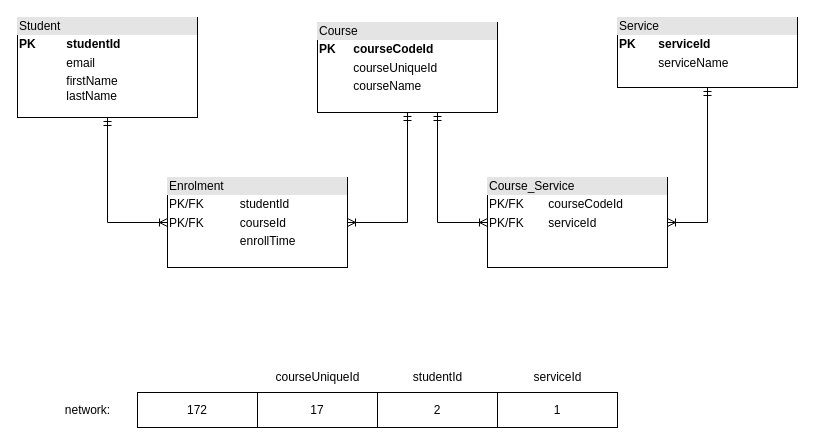
This is page "Sqlite-Schema" (6 of 6) of Project_Plan.drawio from pleycothh/Csharp_Learning_Note, a draw.io file, before an edit. Source tidied: cells renumbered, new cells numbered last; positions are measured from the earlier drawing's top-left corner, leaving out a move shared by most shapes. Both pictures are drawn from the tidied source at 100%, with x=0, y=0 at pixel (17, 17).
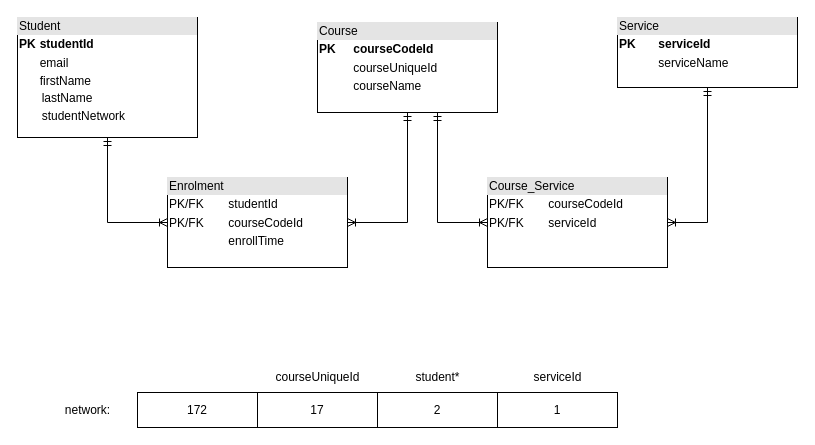
The same diagram, later.

Change to the diagram source:
```diff
@@
-    <mxCell id="3" value="&lt;div style=&quot;box-sizing: border-box ; width: 100% ; background: rgb(228 , 228 , 228) ; padding: 2px&quot;&gt;Student&lt;/div&gt;&lt;table style=&quot;width: 100% ; font-size: 1em&quot; cellpadding=&quot;2&quot; cellspacing=&quot;0&quot;&gt;&lt;tbody&gt;&lt;tr&gt;&lt;td&gt;&lt;b&gt;PK&lt;/b&gt;&lt;/td&gt;&lt;td&gt;&lt;b&gt;studentId&lt;/b&gt;&lt;/td&gt;&lt;/tr&gt;&lt;tr&gt;&lt;td&gt;&lt;br&gt;&lt;/td&gt;&lt;td&gt;email&lt;/td&gt;&lt;/tr&gt;&lt;tr&gt;&lt;td&gt;&lt;/td&gt;&lt;td&gt;firstName&lt;br&gt;lastName&lt;br&gt;&lt;/td&gt;&lt;/tr&gt;&lt;/tbody&gt;&lt;/table&gt;" style="verticalAlign=top;align=left;overflow=fill;html=1;" parent="1" vertex="1">
-      <mxGeometry width="180" height="100" as="geometry" />
+    <mxCell id="3" value="&lt;div style=&quot;box-sizing: border-box ; width: 100% ; background: rgb(228 , 228 , 228) ; padding: 2px&quot;&gt;Student&lt;/div&gt;&lt;table style=&quot;width: 100% ; font-size: 1em&quot; cellpadding=&quot;2&quot; cellspacing=&quot;0&quot;&gt;&lt;tbody&gt;&lt;tr&gt;&lt;td&gt;&lt;b&gt;PK&lt;/b&gt;&lt;/td&gt;&lt;td&gt;&lt;b&gt;studentId&lt;/b&gt;&lt;b&gt;&lt;br&gt;&lt;/b&gt;&lt;/td&gt;&lt;/tr&gt;&lt;tr&gt;&lt;td&gt;&lt;br&gt;&lt;/td&gt;&lt;td&gt;email&lt;/td&gt;&lt;/tr&gt;&lt;tr&gt;&lt;td&gt;&lt;/td&gt;&lt;td&gt;firstName&lt;br&gt;&lt;table cellpadding=&quot;2&quot; cellspacing=&quot;0&quot; style=&quot;font-size: 1em ; width: 180px&quot;&gt;&lt;tbody&gt;&lt;tr&gt;&lt;td&gt;lastName&lt;/td&gt;&lt;/tr&gt;&lt;tr&gt;&lt;td&gt;studentNetwork&lt;/td&gt;&lt;td&gt;&lt;br&gt;&lt;/td&gt;&lt;/tr&gt;&lt;/tbody&gt;&lt;/table&gt;&lt;br&gt;&lt;/td&gt;&lt;/tr&gt;&lt;/tbody&gt;&lt;/table&gt;" style="verticalAlign=top;align=left;overflow=fill;html=1;" parent="1" vertex="1">
+      <mxGeometry width="180" height="120" as="geometry" />
     </mxCell>
@@
-    <mxCell id="9" value="&lt;div style=&quot;box-sizing: border-box ; width: 100% ; background: #e4e4e4 ; padding: 2px&quot;&gt;Enrolment&lt;/div&gt;&lt;table style=&quot;width: 100% ; font-size: 1em&quot; cellpadding=&quot;2&quot; cellspacing=&quot;0&quot;&gt;&lt;tbody&gt;&lt;tr&gt;&lt;td&gt;PK/FK&lt;/td&gt;&lt;td&gt;studentId&lt;/td&gt;&lt;/tr&gt;&lt;tr&gt;&lt;td&gt;PK/FK&lt;/td&gt;&lt;td&gt;courseId&lt;/td&gt;&lt;/tr&gt;&lt;tr&gt;&lt;td&gt;&lt;/td&gt;&lt;td&gt;enrollTime&lt;/td&gt;&lt;/tr&gt;&lt;/tbody&gt;&lt;/table&gt;" style="verticalAlign=top;align=left;overflow=fill;html=1;" parent="1" vertex="1">
+    <mxCell id="9" value="&lt;div style=&quot;box-sizing: border-box ; width: 100% ; background: #e4e4e4 ; padding: 2px&quot;&gt;Enrolment&lt;/div&gt;&lt;table style=&quot;width: 100% ; font-size: 1em&quot; cellpadding=&quot;2&quot; cellspacing=&quot;0&quot;&gt;&lt;tbody&gt;&lt;tr&gt;&lt;td&gt;PK/FK&lt;/td&gt;&lt;td&gt;studentId&lt;/td&gt;&lt;/tr&gt;&lt;tr&gt;&lt;td&gt;PK/FK&lt;/td&gt;&lt;td&gt;courseCodeId&lt;/td&gt;&lt;/tr&gt;&lt;tr&gt;&lt;td&gt;&lt;/td&gt;&lt;td&gt;enrollTime&lt;/td&gt;&lt;/tr&gt;&lt;/tbody&gt;&lt;/table&gt;" style="verticalAlign=top;align=left;overflow=fill;html=1;" parent="1" vertex="1">
       <mxGeometry x="150" y="160" width="180" height="90" as="geometry" />
     </mxCell>
@@
-    <mxCell id="16" value="studentId" style="text;html=1;align=center;verticalAlign=middle;strokeColor=none;fillColor=none;" parent="1" vertex="1">
+    <mxCell id="16" value="student*" style="text;html=1;align=center;verticalAlign=middle;strokeColor=none;fillColor=none;" parent="1" vertex="1">
       <mxGeometry x="390" y="350" width="60" height="20" as="geometry" />
     </mxCell>
```
